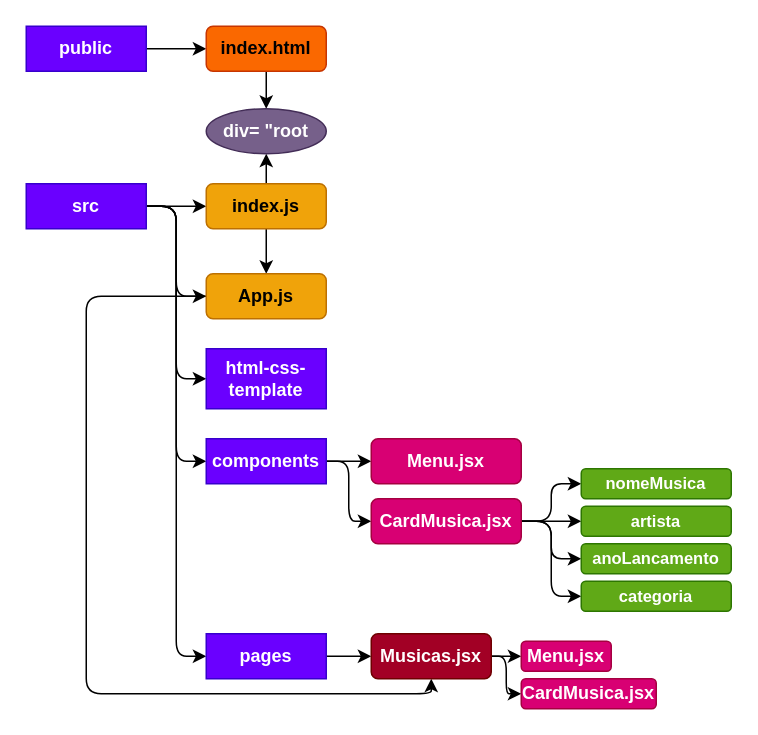
Above: music-box/arquitetura.drawio in miniguiti/bootcamp-cco-2022-2 (draw.io), before the change. Source tidied: cells renumbered, new cells numbered last; positions are measured from the earlier drawing's top-left corner, leaving out a move shared by most shapes. Both pictures are drawn from the tidied source at 150%, with x=0, y=0 at pixel (26, 26).
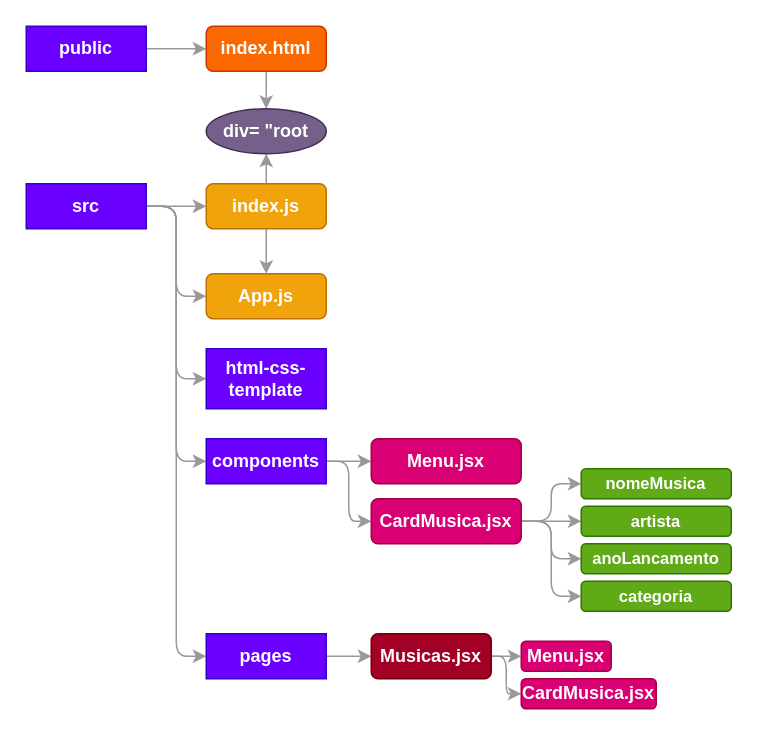
After the change.

What changed in the source:
```diff
@@
-    <mxCell id="2" style="edgeStyle=none;html=1;fontStyle=1;" parent="1" edge="1" source="3" target="11">
+    <mxCell id="2" style="edgeStyle=none;html=1;fontStyle=1;strokeColor=#999999;fontColor=#FFFFFF;" parent="1" edge="1" source="3" target="11">
       <mxGeometry relative="1" as="geometry" />
     </mxCell>
-    <mxCell id="3" value="public" style="rounded=0;whiteSpace=wrap;html=1;fillColor=#6a00ff;fontColor=#ffffff;strokeColor=#3700CC;fontStyle=1;" parent="1" vertex="1">
+    <mxCell id="3" value="public" style="rounded=0;whiteSpace=wrap;html=1;fillColor=#6a00ff;fontColor=#FFFFFF;strokeColor=#3700CC;fontStyle=1;" parent="1" vertex="1">
       <mxGeometry width="80" height="30" as="geometry" />
     </mxCell>
-    <mxCell id="4" style="edgeStyle=none;html=1;fontStyle=1;" parent="1" edge="1" source="9" target="14">
+    <mxCell id="4" style="edgeStyle=none;html=1;fontStyle=1;strokeColor=#999999;fontColor=#FFFFFF;" parent="1" edge="1" source="9" target="14">
       <mxGeometry relative="1" as="geometry" />
     </mxCell>
-    <mxCell id="5" style="edgeStyle=orthogonalEdgeStyle;html=1;entryX=0;entryY=0.5;entryDx=0;entryDy=0;fontStyle=1;" parent="1" edge="1" source="9" target="17">
+    <mxCell id="5" style="edgeStyle=orthogonalEdgeStyle;html=1;entryX=0;entryY=0.5;entryDx=0;entryDy=0;fontStyle=1;strokeColor=#999999;fontColor=#FFFFFF;" parent="1" edge="1" source="9" target="17">
       <mxGeometry relative="1" as="geometry" />
     </mxCell>
-    <mxCell id="6" style="edgeStyle=orthogonalEdgeStyle;html=1;entryX=0;entryY=0.5;entryDx=0;entryDy=0;fontStyle=1;" parent="1" edge="1" source="9" target="18">
+    <mxCell id="6" style="edgeStyle=orthogonalEdgeStyle;html=1;entryX=0;entryY=0.5;entryDx=0;entryDy=0;fontStyle=1;strokeColor=#999999;fontColor=#FFFFFF;" parent="1" edge="1" source="9" target="18">
       <mxGeometry relative="1" as="geometry" />
     </mxCell>
-    <mxCell id="7" style="edgeStyle=orthogonalEdgeStyle;html=1;entryX=0;entryY=0.5;entryDx=0;entryDy=0;" parent="1" edge="1" source="9" target="21">
+    <mxCell id="7" style="edgeStyle=orthogonalEdgeStyle;html=1;entryX=0;entryY=0.5;entryDx=0;entryDy=0;strokeColor=#999999;fontColor=#FFFFFF;" parent="1" edge="1" source="9" target="21">
       <mxGeometry relative="1" as="geometry" />
     </mxCell>
-    <mxCell id="8" style="edgeStyle=orthogonalEdgeStyle;html=1;entryX=0;entryY=0.5;entryDx=0;entryDy=0;" parent="1" edge="1" source="9" target="23">
+    <mxCell id="8" style="edgeStyle=orthogonalEdgeStyle;html=1;entryX=0;entryY=0.5;entryDx=0;entryDy=0;strokeColor=#999999;fontColor=#FFFFFF;" parent="1" edge="1" source="9" target="23">
       <mxGeometry relative="1" as="geometry" />
     </mxCell>
-    <mxCell id="9" value="src" style="rounded=0;whiteSpace=wrap;html=1;fillColor=#6a00ff;fontColor=#ffffff;strokeColor=#3700CC;fontStyle=1;" parent="1" vertex="1">
+    <mxCell id="9" value="src" style="rounded=0;whiteSpace=wrap;html=1;fillColor=#6a00ff;fontColor=#FFFFFF;strokeColor=#3700CC;fontStyle=1;" parent="1" vertex="1">
       <mxGeometry y="105" width="80" height="30" as="geometry" />
     </mxCell>
-    <mxCell id="10" style="edgeStyle=none;html=1;fontStyle=1;" parent="1" edge="1" source="11" target="15">
+    <mxCell id="10" style="edgeStyle=none;html=1;fontStyle=1;strokeColor=#999999;fontColor=#FFFFFF;" parent="1" edge="1" source="11" target="15">
       <mxGeometry relative="1" as="geometry" />
     </mxCell>
-    <mxCell id="11" value="index.html" style="rounded=1;whiteSpace=wrap;html=1;fillColor=#fa6800;fontColor=#000000;strokeColor=#C73500;fontStyle=1;" parent="1" vertex="1">
+    <mxCell id="11" value="index.html" style="rounded=1;whiteSpace=wrap;html=1;fillColor=#fa6800;fontColor=#FFFFFF;strokeColor=#C73500;fontStyle=1;" parent="1" vertex="1">
       <mxGeometry x="120" width="80" height="30" as="geometry" />
     </mxCell>
-    <mxCell id="12" style="edgeStyle=none;html=1;fontStyle=1;" parent="1" edge="1" source="14" target="15">
+    <mxCell id="12" style="edgeStyle=none;html=1;fontStyle=1;strokeColor=#999999;fontColor=#FFFFFF;" parent="1" edge="1" source="14" target="15">
       <mxGeometry relative="1" as="geometry" />
     </mxCell>
-    <mxCell id="13" style="edgeStyle=none;html=1;fontStyle=1;" parent="1" edge="1" source="14" target="17">
+    <mxCell id="13" style="edgeStyle=none;html=1;fontStyle=1;strokeColor=#999999;fontColor=#FFFFFF;" parent="1" edge="1" source="14" target="17">
       <mxGeometry relative="1" as="geometry" />
     </mxCell>
-    <mxCell id="14" value="index.js" style="rounded=1;whiteSpace=wrap;html=1;fillColor=#f0a30a;fontColor=#000000;strokeColor=#BD7000;fontStyle=1;" parent="1" vertex="1">
+    <mxCell id="14" value="index.js" style="rounded=1;whiteSpace=wrap;html=1;fillColor=#f0a30a;fontColor=#FFFFFF;strokeColor=#BD7000;fontStyle=1;" parent="1" vertex="1">
       <mxGeometry x="120" y="105" width="80" height="30" as="geometry" />
     </mxCell>
-    <mxCell id="15" value="div= &quot;root" style="ellipse;whiteSpace=wrap;html=1;fillColor=#76608a;fontColor=#ffffff;strokeColor=#432D57;fontStyle=1;" parent="1" vertex="1">
+    <mxCell id="15" value="div= &quot;root" style="ellipse;whiteSpace=wrap;html=1;fillColor=#76608a;fontColor=#FFFFFF;strokeColor=#432D57;fontStyle=1;" parent="1" vertex="1">
       <mxGeometry x="120" y="55" width="80" height="30" as="geometry" />
     </mxCell>
-    <mxCell id="16" style="edgeStyle=orthogonalEdgeStyle;html=1;entryX=0.5;entryY=1;entryDx=0;entryDy=0;fontSize=10;" parent="1" edge="1" source="17" target="27">
-      <mxGeometry relative="1" as="geometry">
-        <Array as="points">
-          <mxPoint x="40" y="180" />
-          <mxPoint x="40" y="445" />
-          <mxPoint x="270" y="445" />
-        </Array>
-      </mxGeometry>
-    </mxCell>
-    <mxCell id="17" value="App.js" style="rounded=1;whiteSpace=wrap;html=1;fillColor=#f0a30a;fontColor=#000000;strokeColor=#BD7000;fontStyle=1;" parent="1" vertex="1">
+    <mxCell id="17" value="App.js" style="rounded=1;whiteSpace=wrap;html=1;fillColor=#f0a30a;fontColor=#FFFFFF;strokeColor=#BD7000;fontStyle=1;" parent="1" vertex="1">
       <mxGeometry x="120" y="165" width="80" height="30" as="geometry" />
     </mxCell>
-    <mxCell id="18" value="html-css-template" style="rounded=0;whiteSpace=wrap;html=1;fillColor=#6a00ff;fontColor=#ffffff;strokeColor=#3700CC;fontStyle=1;" parent="1" vertex="1">
+    <mxCell id="18" value="html-css-template" style="rounded=0;whiteSpace=wrap;html=1;fillColor=#6a00ff;fontColor=#FFFFFF;strokeColor=#3700CC;fontStyle=1;" parent="1" vertex="1">
       <mxGeometry x="120" y="215" width="80" height="40" as="geometry" />
     </mxCell>
-    <mxCell id="19" style="edgeStyle=orthogonalEdgeStyle;html=1;" parent="1" edge="1" source="21" target="24">
+    <mxCell id="19" style="edgeStyle=orthogonalEdgeStyle;html=1;strokeColor=#999999;fontColor=#FFFFFF;" parent="1" edge="1" source="21" target="24">
       <mxGeometry relative="1" as="geometry" />
     </mxCell>
-    <mxCell id="20" style="edgeStyle=orthogonalEdgeStyle;html=1;entryX=0;entryY=0.5;entryDx=0;entryDy=0;" parent="1" edge="1" source="21" target="33">
+    <mxCell id="20" style="edgeStyle=orthogonalEdgeStyle;html=1;entryX=0;entryY=0.5;entryDx=0;entryDy=0;strokeColor=#999999;fontColor=#FFFFFF;" parent="1" edge="1" source="21" target="33">
       <mxGeometry relative="1" as="geometry" />
     </mxCell>
-    <mxCell id="21" value="components" style="rounded=0;whiteSpace=wrap;html=1;fillColor=#6a00ff;fontColor=#ffffff;strokeColor=#3700CC;fontStyle=1;" parent="1" vertex="1">
+    <mxCell id="21" value="components" style="rounded=0;whiteSpace=wrap;html=1;fillColor=#6a00ff;fontColor=#FFFFFF;strokeColor=#3700CC;fontStyle=1;" parent="1" vertex="1">
       <mxGeometry x="120" y="275" width="80" height="30" as="geometry" />
     </mxCell>
-    <mxCell id="22" style="edgeStyle=orthogonalEdgeStyle;html=1;" parent="1" edge="1" source="23" target="27">
+    <mxCell id="22" style="edgeStyle=orthogonalEdgeStyle;html=1;strokeColor=#999999;fontColor=#FFFFFF;" parent="1" edge="1" source="23" target="27">
       <mxGeometry relative="1" as="geometry" />
     </mxCell>
-    <mxCell id="23" value="pages" style="rounded=0;whiteSpace=wrap;html=1;fillColor=#6a00ff;fontColor=#ffffff;strokeColor=#3700CC;fontStyle=1;" parent="1" vertex="1">
+    <mxCell id="23" value="pages" style="rounded=0;whiteSpace=wrap;html=1;fillColor=#6a00ff;fontColor=#FFFFFF;strokeColor=#3700CC;fontStyle=1;" parent="1" vertex="1">
       <mxGeometry x="120" y="405" width="80" height="30" as="geometry" />
     </mxCell>
-    <mxCell id="24" value="Menu.jsx" style="rounded=1;whiteSpace=wrap;html=1;fillColor=#d80073;fontColor=#ffffff;strokeColor=#A50040;fontStyle=1;" parent="1" vertex="1">
+    <mxCell id="24" value="Menu.jsx" style="rounded=1;whiteSpace=wrap;html=1;fillColor=#d80073;fontColor=#FFFFFF;strokeColor=#A50040;fontStyle=1;" parent="1" vertex="1">
       <mxGeometry x="230" y="275" width="100" height="30" as="geometry" />
     </mxCell>
-    <mxCell id="25" style="edgeStyle=orthogonalEdgeStyle;html=1;" parent="1" edge="1" source="27" target="28">
+    <mxCell id="25" style="edgeStyle=orthogonalEdgeStyle;html=1;strokeColor=#999999;fontColor=#FFFFFF;" parent="1" edge="1" source="27" target="28">
       <mxGeometry relative="1" as="geometry" />
     </mxCell>
-    <mxCell id="26" style="edgeStyle=orthogonalEdgeStyle;html=1;entryX=0;entryY=0.5;entryDx=0;entryDy=0;fontSize=10;" parent="1" edge="1" source="27" target="38">
+    <mxCell id="26" style="edgeStyle=orthogonalEdgeStyle;html=1;entryX=0;entryY=0.5;entryDx=0;entryDy=0;fontSize=10;strokeColor=#999999;fontColor=#FFFFFF;" parent="1" edge="1" source="27" target="38">
       <mxGeometry relative="1" as="geometry" />
     </mxCell>
-    <mxCell id="27" value="Musicas.jsx" style="rounded=1;whiteSpace=wrap;html=1;fillColor=#a20025;fontColor=#ffffff;strokeColor=#6F0000;fontStyle=1;" parent="1" vertex="1">
+    <mxCell id="27" value="Musicas.jsx" style="rounded=1;whiteSpace=wrap;html=1;fillColor=#a20025;fontColor=#FFFFFF;strokeColor=#6F0000;fontStyle=1;" parent="1" vertex="1">
       <mxGeometry x="230" y="405" width="80" height="30" as="geometry" />
     </mxCell>
-    <mxCell id="28" value="Menu.jsx" style="rounded=1;whiteSpace=wrap;html=1;fillColor=#d80073;fontColor=#ffffff;strokeColor=#A50040;fontStyle=1;" parent="1" vertex="1">
+    <mxCell id="28" value="Menu.jsx" style="rounded=1;whiteSpace=wrap;html=1;fillColor=#d80073;fontColor=#FFFFFF;strokeColor=#A50040;fontStyle=1;" parent="1" vertex="1">
       <mxGeometry x="330" y="410" width="60" height="20" as="geometry" />
     </mxCell>
-    <mxCell id="29" style="edgeStyle=orthogonalEdgeStyle;html=1;fontSize=10;" parent="1" edge="1" source="33" target="34">
+    <mxCell id="29" style="edgeStyle=orthogonalEdgeStyle;html=1;fontSize=10;strokeColor=#999999;fontColor=#FFFFFF;" parent="1" edge="1" source="33" target="34">
       <mxGeometry relative="1" as="geometry" />
     </mxCell>
-    <mxCell id="30" style="edgeStyle=orthogonalEdgeStyle;html=1;fontSize=10;" parent="1" edge="1" source="33" target="35">
+    <mxCell id="30" style="edgeStyle=orthogonalEdgeStyle;html=1;fontSize=10;strokeColor=#999999;fontColor=#FFFFFF;" parent="1" edge="1" source="33" target="35">
       <mxGeometry relative="1" as="geometry" />
     </mxCell>
-    <mxCell id="31" style="edgeStyle=orthogonalEdgeStyle;html=1;entryX=0;entryY=0.5;entryDx=0;entryDy=0;fontSize=10;" parent="1" edge="1" source="33" target="36">
+    <mxCell id="31" style="edgeStyle=orthogonalEdgeStyle;html=1;entryX=0;entryY=0.5;entryDx=0;entryDy=0;fontSize=10;strokeColor=#999999;fontColor=#FFFFFF;" parent="1" edge="1" source="33" target="36">
       <mxGeometry relative="1" as="geometry" />
     </mxCell>
-    <mxCell id="32" style="edgeStyle=orthogonalEdgeStyle;html=1;entryX=0;entryY=0.5;entryDx=0;entryDy=0;fontSize=10;" parent="1" edge="1" source="33" target="37">
+    <mxCell id="32" style="edgeStyle=orthogonalEdgeStyle;html=1;entryX=0;entryY=0.5;entryDx=0;entryDy=0;fontSize=10;strokeColor=#999999;fontColor=#FFFFFF;" parent="1" edge="1" source="33" target="37">
       <mxGeometry relative="1" as="geometry" />
     </mxCell>
-    <mxCell id="33" value="CardMusica.jsx" style="rounded=1;whiteSpace=wrap;html=1;fillColor=#d80073;fontColor=#ffffff;strokeColor=#A50040;fontStyle=1;" parent="1" vertex="1">
+    <mxCell id="33" value="CardMusica.jsx" style="rounded=1;whiteSpace=wrap;html=1;fillColor=#d80073;fontColor=#FFFFFF;strokeColor=#A50040;fontStyle=1;" parent="1" vertex="1">
       <mxGeometry x="230" y="315" width="100" height="30" as="geometry" />
     </mxCell>
-    <mxCell id="34" value="nomeMusica" style="rounded=1;whiteSpace=wrap;html=1;fillColor=#60a917;fontColor=#ffffff;strokeColor=#2D7600;fontStyle=1;fontSize=11;" parent="1" vertex="1">
+    <mxCell id="34" value="nomeMusica" style="rounded=1;whiteSpace=wrap;html=1;fillColor=#60a917;fontColor=#FFFFFF;strokeColor=#2D7600;fontStyle=1;fontSize=11;" parent="1" vertex="1">
       <mxGeometry x="370" y="295" width="100" height="20" as="geometry" />
     </mxCell>
-    <mxCell id="35" value="artista" style="rounded=1;whiteSpace=wrap;html=1;fillColor=#60a917;fontColor=#ffffff;strokeColor=#2D7600;fontStyle=1;fontSize=11;" parent="1" vertex="1">
+    <mxCell id="35" value="artista" style="rounded=1;whiteSpace=wrap;html=1;fillColor=#60a917;fontColor=#FFFFFF;strokeColor=#2D7600;fontStyle=1;fontSize=11;" parent="1" vertex="1">
       <mxGeometry x="370" y="320" width="100" height="20" as="geometry" />
     </mxCell>
-    <mxCell id="36" value="anoLancamento" style="rounded=1;whiteSpace=wrap;html=1;fillColor=#60a917;fontColor=#ffffff;strokeColor=#2D7600;fontStyle=1;fontSize=11;" parent="1" vertex="1">
+    <mxCell id="36" value="anoLancamento" style="rounded=1;whiteSpace=wrap;html=1;fillColor=#60a917;fontColor=#FFFFFF;strokeColor=#2D7600;fontStyle=1;fontSize=11;" parent="1" vertex="1">
       <mxGeometry x="370" y="345" width="100" height="20" as="geometry" />
     </mxCell>
-    <mxCell id="37" value="categoria" style="rounded=1;whiteSpace=wrap;html=1;fillColor=#60a917;fontColor=#ffffff;strokeColor=#2D7600;fontStyle=1;fontSize=11;" parent="1" vertex="1">
+    <mxCell id="37" value="categoria" style="rounded=1;whiteSpace=wrap;html=1;fillColor=#60a917;fontColor=#FFFFFF;strokeColor=#2D7600;fontStyle=1;fontSize=11;" parent="1" vertex="1">
       <mxGeometry x="370" y="370" width="100" height="20" as="geometry" />
     </mxCell>
-    <mxCell id="38" value="CardMusica.jsx" style="rounded=1;whiteSpace=wrap;html=1;fillColor=#d80073;fontColor=#ffffff;strokeColor=#A50040;fontStyle=1;" parent="1" vertex="1">
+    <mxCell id="38" value="CardMusica.jsx" style="rounded=1;whiteSpace=wrap;html=1;fillColor=#d80073;fontColor=#FFFFFF;strokeColor=#A50040;fontStyle=1;" parent="1" vertex="1">
       <mxGeometry x="330" y="435" width="90" height="20" as="geometry" />
     </mxCell>
```
